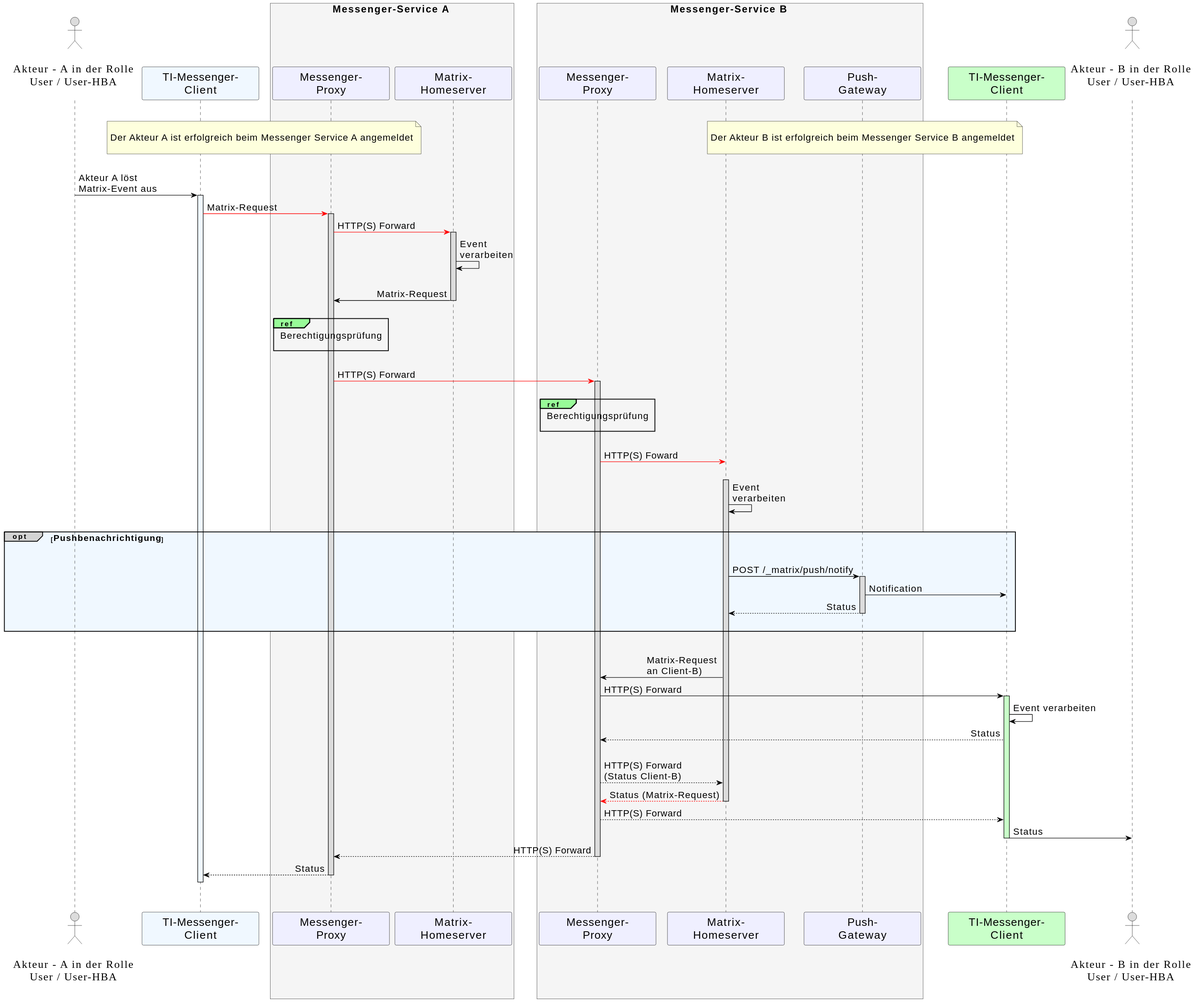
This is images/diagrams/TI-Messenger-Dienst/Ressourcen/UC_10062_Seq.svg from gematik/api-ti-messenger, a PlantUML export, as it was before one commit.
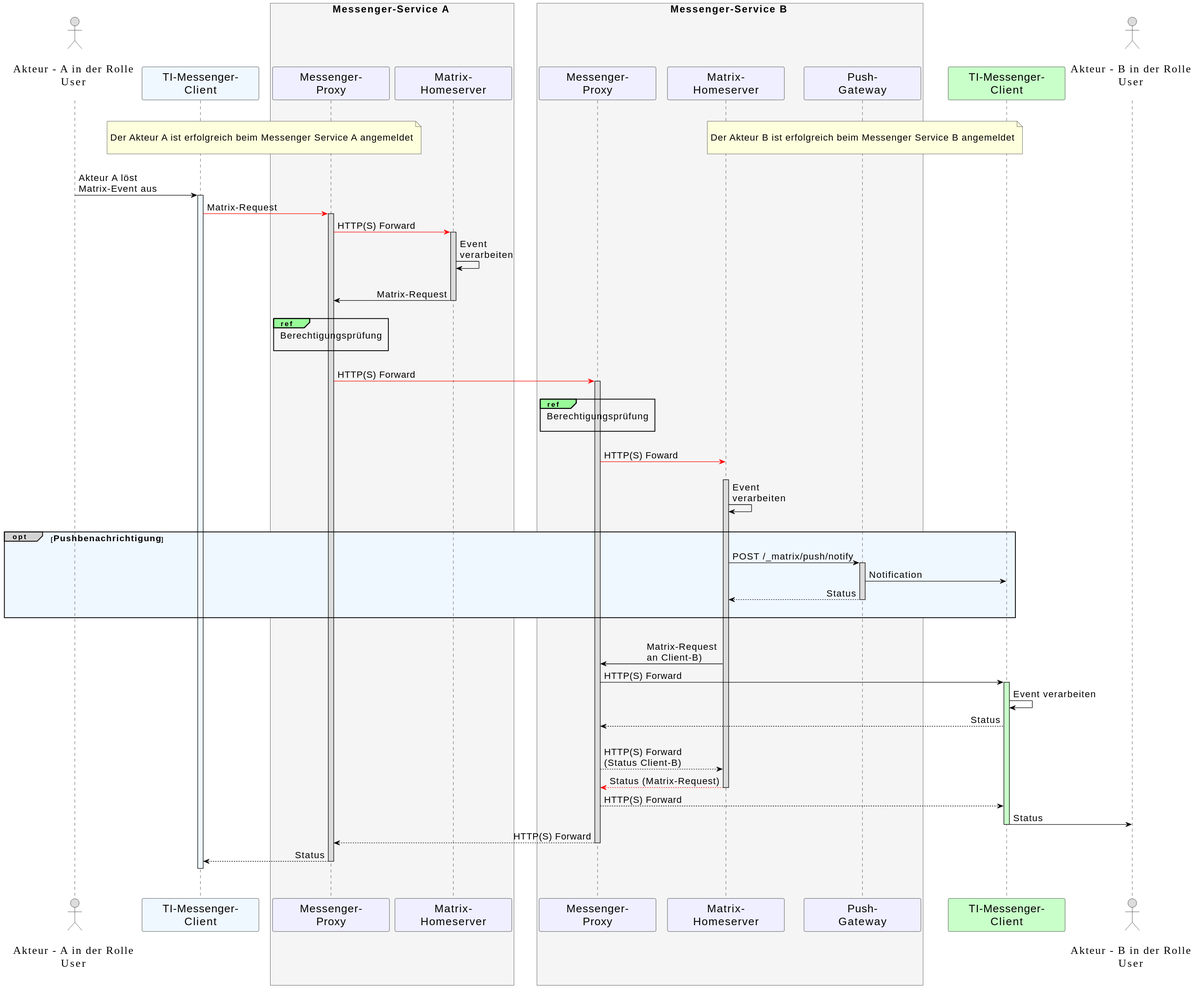
After the commit.

Change to the diagram source:
```diff
@@ -25,7 +25,7 @@
 ActorFontSize 20
 ActorFontName Aapex
 }
-    actor U1 as "\nAkteur - A in der Rolle\nUser / User-HBA\n"
+    actor U1 as "\nAkteur - A in der Rolle\nUser\n"
     participant C1 as "TI-Messenger-\nClient" #AliceBlue
     box <size:18>Messenger-Service A</size> #WhiteSmoke
       participant MP1 as "Messenger-\nProxy"
@@ -37,7 +37,7 @@
     participant PG2 as "Push-\nGateway"
     end box
     participant C2 as "TI-Messenger-\nClient" #TECHNOLOGY
-    actor U2 as "\nAkteur - B in der Rolle\nUser / User-HBA\n"
+    actor U2 as "\nAkteur - B in der Rolle\nUser\n"
 
 |||
 / note over U1, MH1: \n<size:17>Der Akteur A ist erfolgreich beim Messenger Service A angemeldet</size>\n
@@ -68,9 +68,7 @@
     activate MH2
   MH2->MH2: Event \nverarbeiten
   |||
-
-  opt#LightGrey #AliceBlue <size:16>Pushbenachrichtigung</size>
-  |||
+   opt#LightGrey #AliceBlue <size:16>Pushbenachrichtigung</size>
     MH2->PG2: POST /_matrix/push/notify
       activate PG2
     PG2->C2: Notification
```
